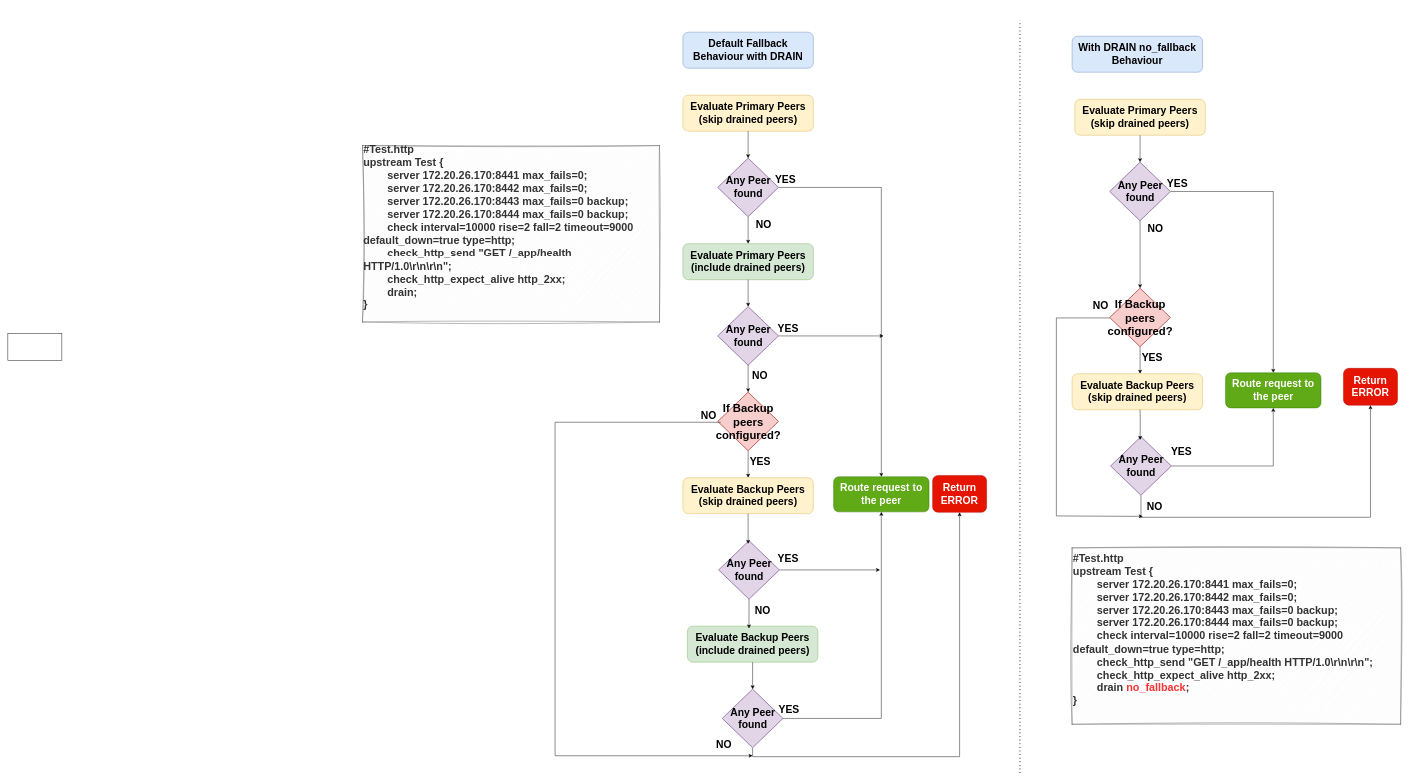
The draw.io diagram img/no_fallback.drawio in NithishK2002/Test, before the edit. Source tidied: cells renumbered, new cells numbered last; positions are measured from the earlier drawing's top-left corner, leaving out a move shared by most shapes. Both pictures are drawn from the tidied source at 45%, with x=0, y=0 at pixel (8, 8).
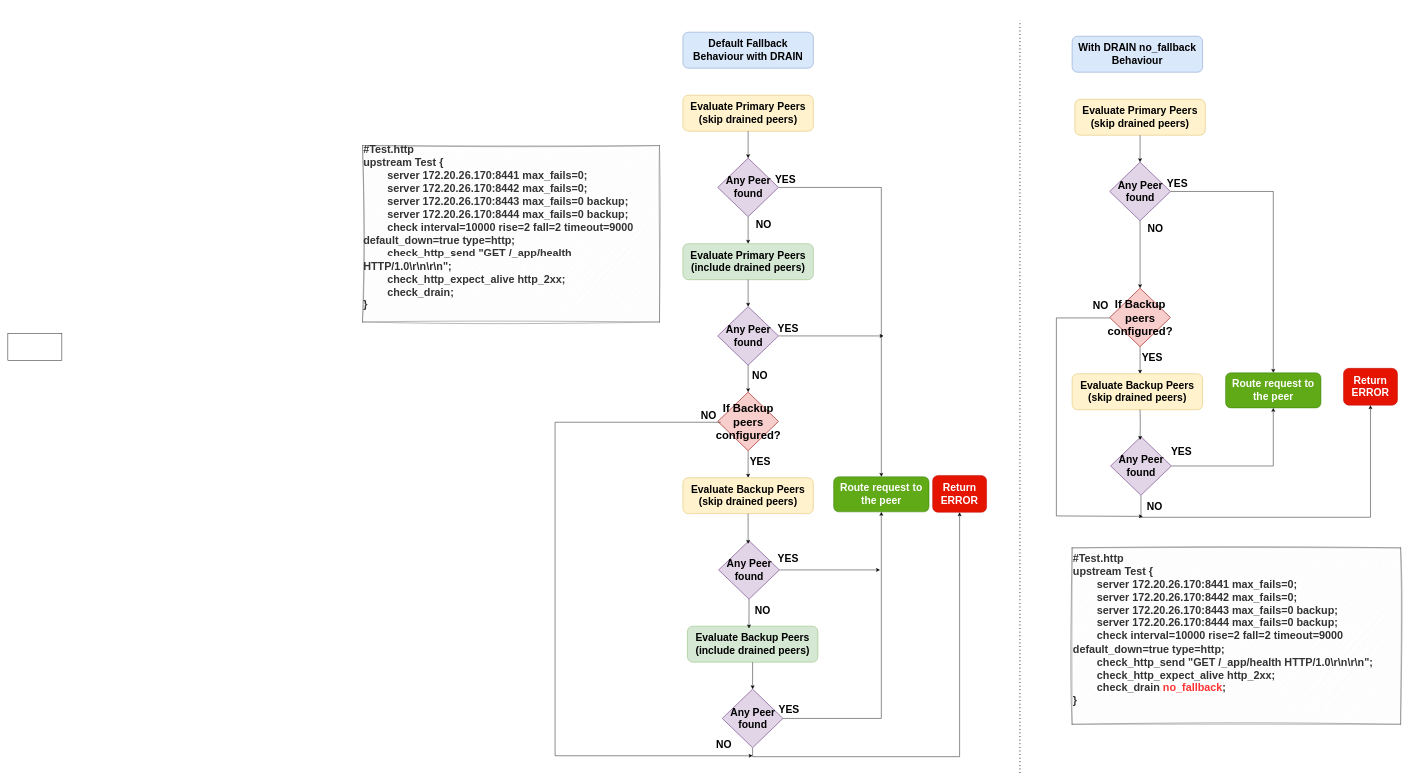
Above is the later version.

Diff of the diagram source:
```diff
@@
-    <mxCell id="60" value="&lt;b&gt;&lt;font style=&quot;font-size: 24px;&quot;&gt;#Test.http&lt;br&gt;upstream Test {&lt;br&gt;&amp;nbsp; &amp;nbsp; &amp;nbsp; &amp;nbsp; server 172.20.26.170:8441 max_fails=0;&lt;br&gt;&amp;nbsp; &amp;nbsp; &amp;nbsp; &amp;nbsp; server 172.20.26.170:8442 max_fails=0;&lt;br&gt;&amp;nbsp; &amp;nbsp; &amp;nbsp; &amp;nbsp; server 172.20.26.170:8443 max_fails=0 backup;&lt;br&gt;&amp;nbsp; &amp;nbsp; &amp;nbsp; &amp;nbsp; server 172.20.26.170:8444 max_fails=0 backup;&lt;br&gt;&amp;nbsp; &amp;nbsp; &amp;nbsp; &amp;nbsp; check interval=10000 rise=2 fall=2 timeout=9000 default_down=true type=http;&lt;br&gt;&amp;nbsp; &amp;nbsp; &amp;nbsp; &amp;nbsp; check_http_send &quot;GET /_app/health HTTP/1.0\r\n\r\n&quot;;&lt;br&gt;&amp;nbsp; &amp;nbsp; &amp;nbsp; &amp;nbsp; check_http_expect_alive http_2xx;&lt;br&gt;&amp;nbsp; &amp;nbsp; &amp;nbsp; &amp;nbsp; drain;&lt;br&gt;}&lt;br&gt;&lt;br&gt;&lt;/font&gt;&lt;/b&gt;" style="rounded=0;whiteSpace=wrap;html=1;align=left;fillColor=#f5f5f5;strokeColor=#666666;fontColor=#333333;sketch=1;curveFitting=1;jiggle=2;glass=0;shadow=0;" parent="1" vertex="1">
+    <mxCell id="60" value="&lt;b&gt;&lt;font style=&quot;font-size: 24px;&quot;&gt;#Test.http&lt;br&gt;upstream Test {&lt;br&gt;&amp;nbsp; &amp;nbsp; &amp;nbsp; &amp;nbsp; server 172.20.26.170:8441 max_fails=0;&lt;br&gt;&amp;nbsp; &amp;nbsp; &amp;nbsp; &amp;nbsp; server 172.20.26.170:8442 max_fails=0;&lt;br&gt;&amp;nbsp; &amp;nbsp; &amp;nbsp; &amp;nbsp; server 172.20.26.170:8443 max_fails=0 backup;&lt;br&gt;&amp;nbsp; &amp;nbsp; &amp;nbsp; &amp;nbsp; server 172.20.26.170:8444 max_fails=0 backup;&lt;br&gt;&amp;nbsp; &amp;nbsp; &amp;nbsp; &amp;nbsp; check interval=10000 rise=2 fall=2 timeout=9000 default_down=true type=http;&lt;br&gt;&amp;nbsp; &amp;nbsp; &amp;nbsp; &amp;nbsp; check_http_send &quot;GET /_app/health HTTP/1.0\r\n\r\n&quot;;&lt;br&gt;&amp;nbsp; &amp;nbsp; &amp;nbsp; &amp;nbsp; check_http_expect_alive http_2xx;&lt;br&gt;&amp;nbsp; &amp;nbsp; &amp;nbsp; &amp;nbsp; check_drain;&lt;br&gt;}&lt;br&gt;&lt;br&gt;&lt;/font&gt;&lt;/b&gt;" style="rounded=0;whiteSpace=wrap;html=1;align=left;fillColor=#f5f5f5;strokeColor=#666666;fontColor=#333333;sketch=1;curveFitting=1;jiggle=2;glass=0;shadow=0;" parent="1" vertex="1">
       <mxGeometry x="788" y="306" width="660" height="392" as="geometry" />
     </mxCell>
@@
-    <mxCell id="62" value="&lt;b&gt;&lt;font style=&quot;font-size: 24px;&quot;&gt;#Test.http&lt;br&gt;upstream Test {&lt;br&gt;&amp;nbsp; &amp;nbsp; &amp;nbsp; &amp;nbsp; server 172.20.26.170:8441 max_fails=0;&lt;br&gt;&amp;nbsp; &amp;nbsp; &amp;nbsp; &amp;nbsp; server 172.20.26.170:8442 max_fails=0;&lt;br&gt;&amp;nbsp; &amp;nbsp; &amp;nbsp; &amp;nbsp; server 172.20.26.170:8443 max_fails=0 backup;&lt;br&gt;&amp;nbsp; &amp;nbsp; &amp;nbsp; &amp;nbsp; server 172.20.26.170:8444 max_fails=0 backup;&lt;br&gt;&amp;nbsp; &amp;nbsp; &amp;nbsp; &amp;nbsp; check interval=10000 rise=2 fall=2 timeout=9000 default_down=true type=http;&lt;br&gt;&amp;nbsp; &amp;nbsp; &amp;nbsp; &amp;nbsp; check_http_send &quot;GET /_app/health HTTP/1.0\r\n\r\n&quot;;&lt;br&gt;&amp;nbsp; &amp;nbsp; &amp;nbsp; &amp;nbsp; check_http_expect_alive http_2xx;&lt;br&gt;&amp;nbsp; &amp;nbsp; &amp;nbsp; &amp;nbsp; drain &lt;span style=&quot;color: rgb(255, 51, 51);&quot;&gt;no_fallback&lt;/span&gt;;&lt;br&gt;}&lt;br&gt;&lt;br&gt;&lt;/font&gt;&lt;/b&gt;" style="rounded=0;whiteSpace=wrap;html=1;align=left;sketch=1;curveFitting=1;jiggle=2;fillColor=#f5f5f5;fontColor=#333333;strokeColor=#666666;" parent="1" vertex="1">
+    <mxCell id="62" value="&lt;b&gt;&lt;font style=&quot;font-size: 24px;&quot;&gt;#Test.http&lt;br&gt;upstream Test {&lt;br&gt;&amp;nbsp; &amp;nbsp; &amp;nbsp; &amp;nbsp; server 172.20.26.170:8441 max_fails=0;&lt;br&gt;&amp;nbsp; &amp;nbsp; &amp;nbsp; &amp;nbsp; server 172.20.26.170:8442 max_fails=0;&lt;br&gt;&amp;nbsp; &amp;nbsp; &amp;nbsp; &amp;nbsp; server 172.20.26.170:8443 max_fails=0 backup;&lt;br&gt;&amp;nbsp; &amp;nbsp; &amp;nbsp; &amp;nbsp; server 172.20.26.170:8444 max_fails=0 backup;&lt;br&gt;&amp;nbsp; &amp;nbsp; &amp;nbsp; &amp;nbsp; check interval=10000 rise=2 fall=2 timeout=9000 default_down=true type=http;&lt;br&gt;&amp;nbsp; &amp;nbsp; &amp;nbsp; &amp;nbsp; check_http_send &quot;GET /_app/health HTTP/1.0\r\n\r\n&quot;;&lt;br&gt;&amp;nbsp; &amp;nbsp; &amp;nbsp; &amp;nbsp; check_http_expect_alive http_2xx;&lt;br&gt;&amp;nbsp; &amp;nbsp; &amp;nbsp; &amp;nbsp; check_drain &lt;span style=&quot;color: rgb(255, 51, 51);&quot;&gt;no_fallback&lt;/span&gt;;&lt;br&gt;}&lt;br&gt;&lt;br&gt;&lt;/font&gt;&lt;/b&gt;" style="rounded=0;whiteSpace=wrap;html=1;align=left;sketch=1;curveFitting=1;jiggle=2;fillColor=#f5f5f5;fontColor=#333333;strokeColor=#666666;" parent="1" vertex="1">
       <mxGeometry x="2365" y="1200" width="730" height="392" as="geometry" />
     </mxCell>
```
